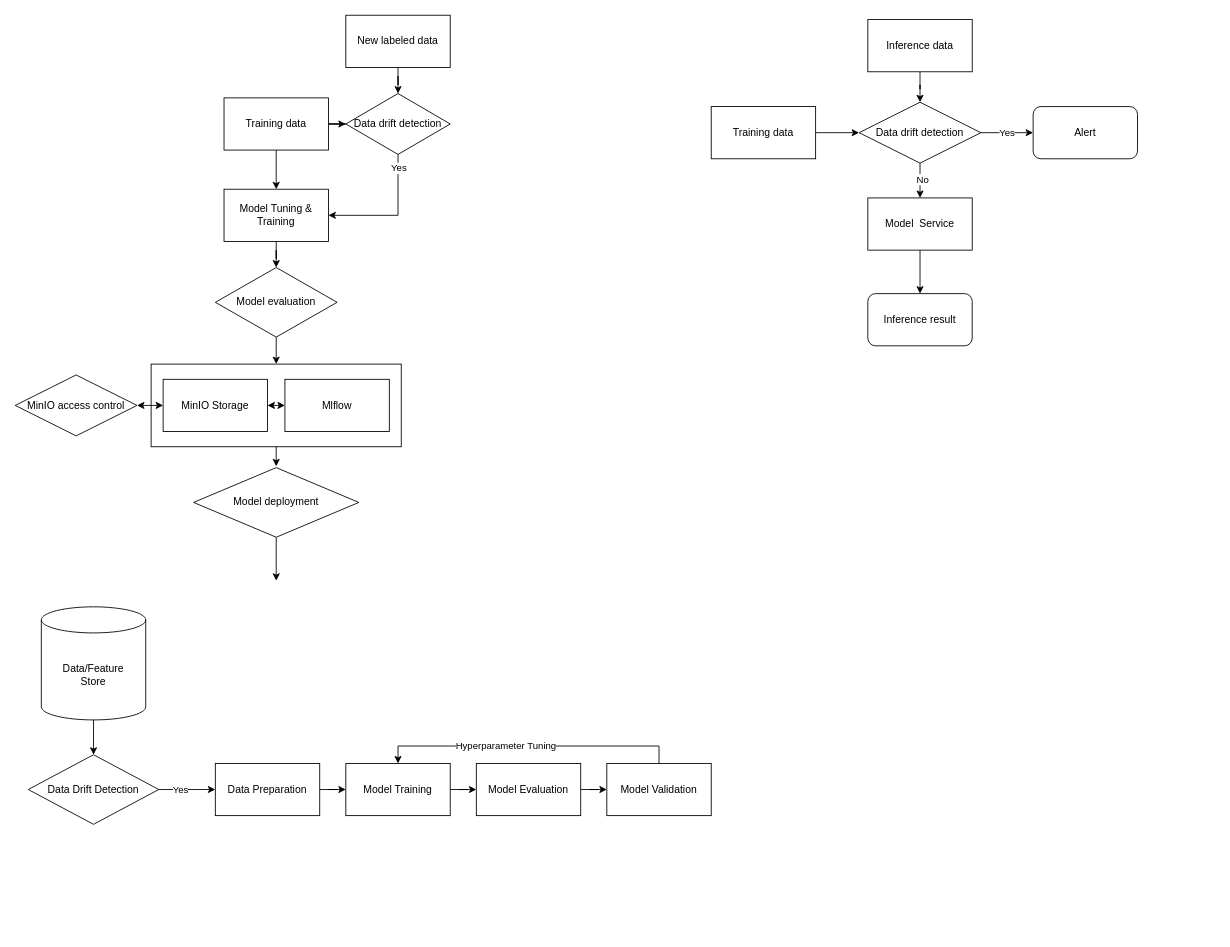
This is Untitled Diagram.drawio from ZhongNingmou/draw.io, a draw.io file, before an edit. Source tidied: cells renumbered, new cells numbered last; positions are measured from the earlier drawing's top-left corner, leaving out a move shared by most shapes. Both pictures are drawn from the tidied source at 87%, with x=0, y=0 at pixel (15, 15).
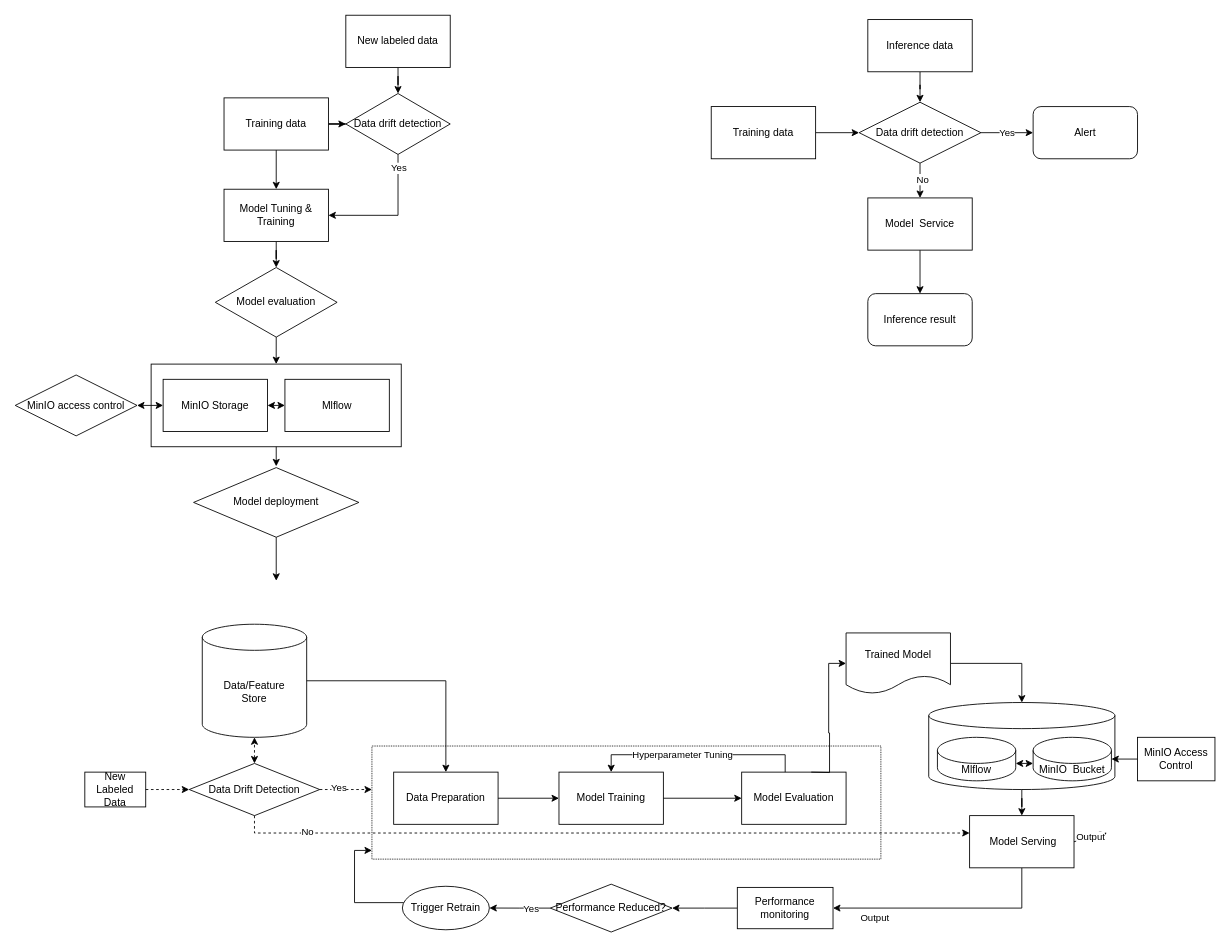
After the change.

Change to the diagram source:
```diff
@@
+    <mxCell id="49" style="shape=cylinder3;whiteSpace=wrap;html=1;boundedLbl=1;backgroundOutline=1;size=15;rounded=0;shadow=0;glass=0;sketch=0;fillColor=none;" parent="1" vertex="1">
+      <mxGeometry x="1050" y="790" width="214" height="100" as="geometry" />
+    </mxCell>
+    <mxCell id="50" style="rounded=0;whiteSpace=wrap;html=1;shadow=0;glass=0;sketch=0;fillColor=none;dashed=1;dashPattern=1 1;" parent="1" vertex="1">
+      <mxGeometry x="410" y="840" width="585" height="130" as="geometry" />
+    </mxCell>
@@
-    <mxCell id="35" style="edgeStyle=orthogonalEdgeStyle;rounded=0;jettySize=auto;html=1;" parent="1" edge="1" source="37" target="39">
-      <mxGeometry relative="1" as="geometry" />
-    </mxCell>
-    <mxCell id="36" value="Yes" style="edgeLabel;html=1;align=center;verticalAlign=middle;" parent="35" vertex="1">
-      <mxGeometry x="-0.25" relative="1" as="geometry" />
-    </mxCell>
+    <mxCell id="51" style="edgeStyle=orthogonalEdgeStyle;rounded=0;jettySize=auto;html=1;exitX=0.5;exitY=1;exitDx=0;exitDy=0;dashed=1;" parent="1" edge="1" source="37" target="60">
+      <mxGeometry relative="1" as="geometry">
+        <Array as="points">
+          <mxPoint x="275" y="940" />
+        </Array>
+      </mxGeometry>
+    </mxCell>
+    <mxCell id="52" value="No" style="edgeLabel;html=1;align=center;verticalAlign=middle;" parent="51" vertex="1">
+      <mxGeometry x="-0.81" y="2" relative="1" as="geometry" />
+    </mxCell>
     <mxCell id="37" value="Data Drift Detection" style="rhombus;whiteSpace=wrap;html=1;rounded=0;fillColor=none;gradientColor=none;" parent="1" vertex="1">
-      <mxGeometry x="15" y="850" width="150" height="80" as="geometry" />
+      <mxGeometry x="200" y="860" width="150" height="60" as="geometry" />
     </mxCell>
@@
     <mxCell id="39" value="Data Preparation" style="rounded=0;whiteSpace=wrap;html=1;fillColor=none;gradientColor=none;" parent="1" vertex="1">
-      <mxGeometry x="230" y="860" width="120" height="60" as="geometry" />
+      <mxGeometry x="435" y="870" width="120" height="60" as="geometry" />
     </mxCell>
@@
     <mxCell id="41" value="Model Training" style="rounded=0;whiteSpace=wrap;html=1;fillColor=none;gradientColor=none;" parent="1" vertex="1">
-      <mxGeometry x="380" y="860" width="120" height="60" as="geometry" />
+      <mxGeometry x="625" y="870" width="120" height="60" as="geometry" />
     </mxCell>
-    <mxCell id="42" style="edgeStyle=orthogonalEdgeStyle;rounded=0;jettySize=auto;html=1;" parent="1" edge="1" source="43" target="46">
-      <mxGeometry relative="1" as="geometry" />
-    </mxCell>
     <mxCell id="43" value="Model Evaluation" style="rounded=0;whiteSpace=wrap;html=1;fillColor=none;gradientColor=none;" parent="1" vertex="1">
-      <mxGeometry x="530" y="860" width="120" height="60" as="geometry" />
+      <mxGeometry x="835" y="870" width="120" height="60" as="geometry" />
     </mxCell>
-    <mxCell id="44" style="edgeStyle=orthogonalEdgeStyle;rounded=0;jettySize=auto;html=1;entryX=0.5;entryY=0;entryDx=0;entryDy=0;" parent="1" edge="1" source="46" target="41">
+    <mxCell id="44" style="edgeStyle=orthogonalEdgeStyle;rounded=0;jettySize=auto;html=1;entryX=0.5;entryY=0;entryDx=0;entryDy=0;exitX=0.25;exitY=0;exitDx=0;exitDy=0;" parent="1" edge="1" target="41">
       <mxGeometry relative="1" as="geometry">
+        <mxPoint x="885" y="870" as="sourcePoint" />
         <Array as="points">
-          <mxPoint x="740" y="840" />
-          <mxPoint x="440" y="840" />
+          <mxPoint x="885" y="850" />
+          <mxPoint x="685" y="850" />
         </Array>
       </mxGeometry>
     </mxCell>
@@
-    <mxCell id="46" value="Model Validation" style="rounded=0;whiteSpace=wrap;html=1;fillColor=none;gradientColor=none;" parent="1" vertex="1">
-      <mxGeometry x="680" y="860" width="120" height="60" as="geometry" />
-    </mxCell>
-    <mxCell id="47" style="edgeStyle=orthogonalEdgeStyle;rounded=0;jettySize=auto;html=1;" parent="1" edge="1" source="48" target="37">
-      <mxGeometry relative="1" as="geometry" />
-    </mxCell>
+    <mxCell id="53" style="edgeStyle=orthogonalEdgeStyle;rounded=0;jettySize=auto;html=1;entryX=0;entryY=0.5;entryDx=0;entryDy=0;" parent="1" edge="1" target="56">
+      <mxGeometry relative="1" as="geometry">
+        <mxPoint x="915" y="870" as="sourcePoint" />
+      </mxGeometry>
+    </mxCell>
+    <mxCell id="54" style="edgeStyle=orthogonalEdgeStyle;rounded=0;jettySize=auto;html=1;entryX=0.5;entryY=0;entryDx=0;entryDy=0;" parent="1" edge="1" source="48" target="39">
+      <mxGeometry relative="1" as="geometry" />
+    </mxCell>
     <mxCell id="48" value="Data/Feature&lt;br&gt;Store" style="shape=cylinder3;whiteSpace=wrap;html=1;boundedLbl=1;backgroundOutline=1;size=15;rounded=0;fillColor=none;gradientColor=none;" parent="1" vertex="1">
-      <mxGeometry x="30" y="680" width="120" height="130" as="geometry" />
+      <mxGeometry x="215" y="700" width="120" height="130" as="geometry" />
     </mxCell>
+    <mxCell id="55" style="edgeStyle=orthogonalEdgeStyle;rounded=0;jettySize=auto;html=1;entryX=0.5;entryY=0;entryDx=0;entryDy=0;entryPerimeter=0;exitX=1;exitY=0.5;exitDx=0;exitDy=0;" parent="1" edge="1" source="56" target="49">
+      <mxGeometry relative="1" as="geometry" />
+    </mxCell>
+    <mxCell id="56" value="Trained Model" style="shape=document;whiteSpace=wrap;html=1;boundedLbl=1;" parent="1" vertex="1">
+      <mxGeometry x="955" y="710" width="120" height="70" as="geometry" />
+    </mxCell>
+    <mxCell id="57" style="edgeStyle=orthogonalEdgeStyle;rounded=0;jettySize=auto;html=1;exitX=0.5;exitY=1;exitDx=0;exitDy=0;exitPerimeter=0;" parent="1" edge="1" source="49" target="60">
+      <mxGeometry relative="1" as="geometry" />
+    </mxCell>
+    <mxCell id="58" style="edgeStyle=orthogonalEdgeStyle;rounded=0;jettySize=auto;html=1;entryX=1;entryY=0.5;entryDx=0;entryDy=0;exitX=0.5;exitY=1;exitDx=0;exitDy=0;" parent="1" edge="1" source="60" target="62">
+      <mxGeometry relative="1" as="geometry">
+        <Array as="points">
+          <mxPoint x="1157" y="1026" />
+        </Array>
+      </mxGeometry>
+    </mxCell>
+    <mxCell id="59" value="Output" style="edgeLabel;html=1;align=center;verticalAlign=middle;" parent="58" vertex="1">
+      <mxGeometry x="-0.68" y="4" relative="1" as="geometry">
+        <mxPoint x="-174" y="15" as="offset" />
+      </mxGeometry>
+    </mxCell>
+    <mxCell id="60" value="&amp;nbsp;Model Serving" style="rounded=0;whiteSpace=wrap;html=1;" parent="1" vertex="1">
+      <mxGeometry x="1097" y="920" width="120" height="60" as="geometry" />
+    </mxCell>
+    <mxCell id="61" style="edgeStyle=orthogonalEdgeStyle;rounded=0;jettySize=auto;html=1;" parent="1" edge="1" source="62" target="65">
+      <mxGeometry relative="1" as="geometry" />
+    </mxCell>
+    <mxCell id="62" value="Performance monitoring" style="rounded=0;whiteSpace=wrap;html=1;glass=0;shadow=0;sketch=0;" parent="1" vertex="1">
+      <mxGeometry x="830" y="1002.5" width="110" height="47.5" as="geometry" />
+    </mxCell>
+    <mxCell id="63" style="edgeStyle=orthogonalEdgeStyle;rounded=0;jettySize=auto;html=1;" parent="1" edge="1" source="65" target="67">
+      <mxGeometry relative="1" as="geometry" />
+    </mxCell>
+    <mxCell id="64" value="Yes" style="edgeLabel;html=1;align=center;verticalAlign=middle;" parent="63" vertex="1">
+      <mxGeometry x="-0.35" relative="1" as="geometry" />
+    </mxCell>
+    <mxCell id="65" value="Performance Reduced?" style="rhombus;whiteSpace=wrap;html=1;rounded=0;shadow=0;glass=0;sketch=0;" parent="1" vertex="1">
+      <mxGeometry x="615" y="998.8" width="140" height="55" as="geometry" />
+    </mxCell>
+    <mxCell id="66" style="edgeStyle=orthogonalEdgeStyle;rounded=0;jettySize=auto;html=1;entryX=0;entryY=0.923;entryDx=0;entryDy=0;entryPerimeter=0;" parent="1" edge="1" source="67" target="50">
+      <mxGeometry relative="1" as="geometry">
+        <Array as="points">
+          <mxPoint x="390" y="1020" />
+          <mxPoint x="390" y="960" />
+        </Array>
+      </mxGeometry>
+    </mxCell>
+    <mxCell id="67" value="Trigger Retrain" style="ellipse;whiteSpace=wrap;html=1;rounded=0;shadow=0;glass=0;sketch=0;" parent="1" vertex="1">
+      <mxGeometry x="445" y="1001.2" width="100" height="50" as="geometry" />
+    </mxCell>
+    <mxCell id="68" style="endArrow=classic;html=1;rounded=0;exitX=1;exitY=0.5;exitDx=0;exitDy=0;dashed=1;" parent="1" edge="1" source="37">
+      <mxGeometry relative="1" as="geometry">
+        <mxPoint x="410" y="890" as="targetPoint" />
+      </mxGeometry>
+    </mxCell>
+    <mxCell id="69" value="Yes" style="edgeLabel;html=1;align=center;verticalAlign=middle;" parent="68" vertex="1">
+      <mxGeometry x="-0.29" y="3" relative="1" as="geometry" />
+    </mxCell>
+    <mxCell id="70" value="Output" style="endArrow=classic;html=1;rounded=0;exitX=1;exitY=0.5;exitDx=0;exitDy=0;" parent="1" edge="1" source="60">
+      <mxGeometry relative="1" as="geometry">
+        <mxPoint x="1255" y="940" as="targetPoint" />
+      </mxGeometry>
+    </mxCell>
+    <mxCell id="71" style="endArrow=classic;html=1;rounded=0;exitX=0;exitY=0.5;exitDx=0;exitDy=0;entryX=1;entryY=0.5;entryDx=0;entryDy=0;entryPerimeter=0;" parent="1" edge="1" source="73" target="75">
+      <mxGeometry relative="1" as="geometry" />
+    </mxCell>
+    <mxCell id="72" style="endArrow=classic;startArrow=classic;html=1;rounded=0;exitX=1;exitY=0;exitDx=0;exitDy=30;exitPerimeter=0;entryX=0;entryY=0;entryDx=0;entryDy=30;entryPerimeter=0;" parent="1" edge="1" source="74" target="75">
+      <mxGeometry relative="1" as="geometry" />
+    </mxCell>
+    <mxCell id="73" value="MinIO Access Control" style="rounded=0;whiteSpace=wrap;html=1;shadow=0;glass=0;sketch=0;fillColor=none;" parent="1" vertex="1">
+      <mxGeometry x="1290" y="830" width="89" height="50" as="geometry" />
+    </mxCell>
+    <mxCell id="74" value="Mlflow" style="shape=cylinder3;whiteSpace=wrap;html=1;boundedLbl=1;backgroundOutline=1;size=15;rounded=0;shadow=0;glass=0;sketch=0;fillColor=none;" parent="1" vertex="1">
+      <mxGeometry x="1060" y="830" width="90" height="50" as="geometry" />
+    </mxCell>
+    <mxCell id="75" value="MinIO &amp;nbsp;Bucket" style="shape=cylinder3;whiteSpace=wrap;html=1;boundedLbl=1;backgroundOutline=1;size=15;rounded=0;shadow=0;glass=0;sketch=0;fillColor=none;" parent="1" vertex="1">
+      <mxGeometry x="1170" y="830" width="90" height="50" as="geometry" />
+    </mxCell>
+    <mxCell id="76" style="edgeStyle=orthogonalEdgeStyle;rounded=0;jettySize=auto;html=1;dashed=1;" parent="1" edge="1" source="77" target="37">
+      <mxGeometry relative="1" as="geometry" />
+    </mxCell>
+    <mxCell id="77" value="New Labeled Data" style="rounded=0;whiteSpace=wrap;html=1;shadow=0;glass=0;sketch=0;fillColor=none;" parent="1" vertex="1">
+      <mxGeometry x="80" y="870" width="70" height="40" as="geometry" />
+    </mxCell>
+    <mxCell id="78" style="endArrow=classic;startArrow=classic;html=1;rounded=0;dashed=1;entryX=0.5;entryY=1;entryDx=0;entryDy=0;entryPerimeter=0;" parent="1" edge="1" source="37" target="48">
+      <mxGeometry relative="1" as="geometry" />
+    </mxCell>
```
